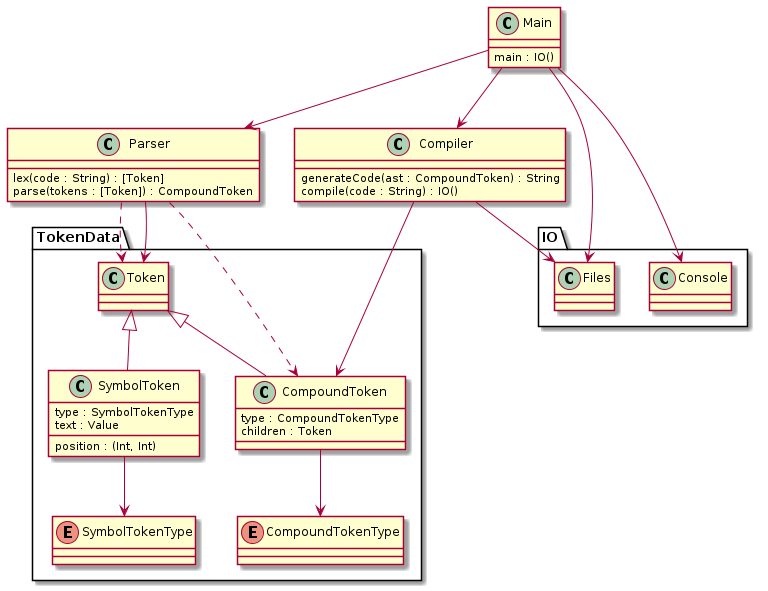
blueOkiris/kiss-lang keeps this PlantUML diagram as docs/kiss-lang-domain.png. Above is the earlier version.
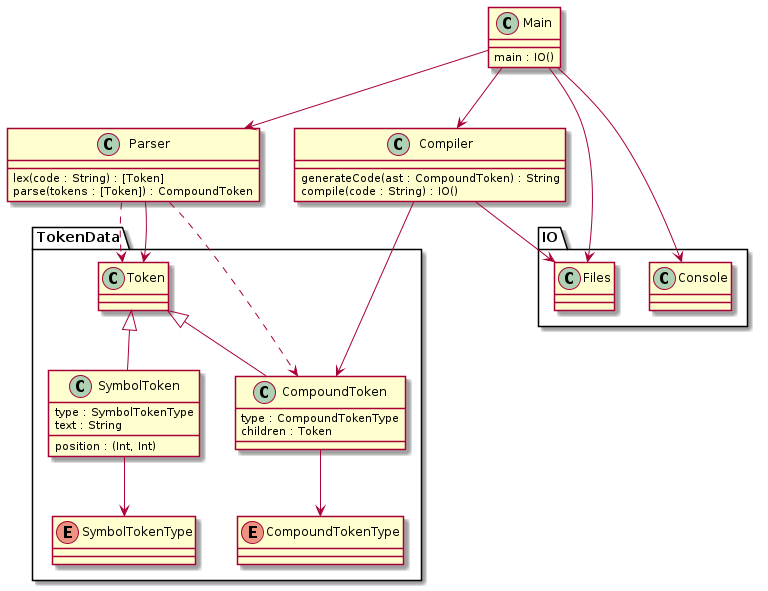
After the change.

Diff of the diagram source:
```diff
@@ -5,7 +5,7 @@
 
     class SymbolToken {
         type : SymbolTokenType
-        text : Value
+        text : String
         position : (Int, Int)
     }
 
```
